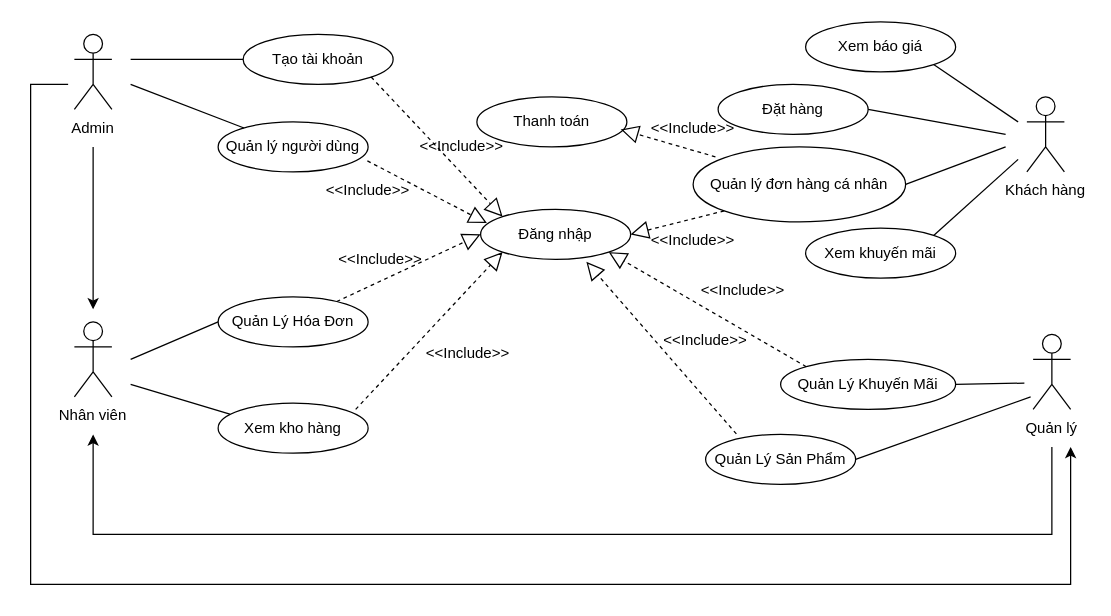
Earlier version of the draw.io diagram Biểu đồ không có tiêu đề.drawio (ChauCongTu/thiet-ke-linh-tinh). Source tidied: cells renumbered, new cells numbered last; positions are measured from the earlier drawing's top-left corner, leaving out a move shared by most shapes. Both pictures are drawn from the tidied source at 125%, with x=0, y=0 at pixel (30, 21).
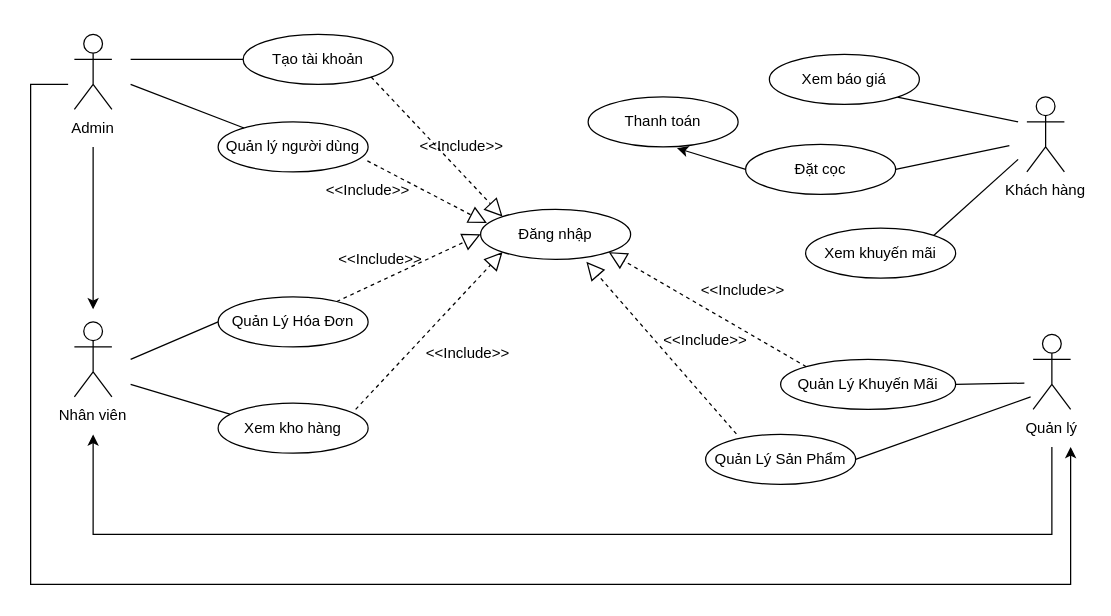
Above is the later version.

Commit message:
Cập nhật Biểu đồ không có tiêu đề.drawio

Unchanged cells that the change refers to:
```xml
<mxCell id="10" value="Đăng nhập" style="ellipse;whiteSpace=wrap;html=1;" parent="1" vertex="1">
  <mxGeometry x="360" y="150" width="120" height="40" as="geometry" />
</mxCell>
```

Change to the diagram source:
```diff
@@
-    <mxCell id="16" value="Quản lý đơn hàng cá nhân" style="ellipse;whiteSpace=wrap;html=1;" parent="1" vertex="1">
-      <mxGeometry x="530" y="100" width="170" height="60" as="geometry" />
-    </mxCell>
@@
-    <mxCell id="18" value="Đặt hàng" style="ellipse;whiteSpace=wrap;html=1;" parent="1" vertex="1">
-      <mxGeometry x="550" y="50" width="120" height="40" as="geometry" />
+    <mxCell id="18" value="Đặt cọc" style="ellipse;whiteSpace=wrap;html=1;" parent="1" vertex="1">
+      <mxGeometry x="572" y="98" width="120" height="40" as="geometry" />
     </mxCell>
@@
     <mxCell id="25" style="endArrow=none;html=1;rounded=0;exitX=1;exitY=0.5;exitDx=0;exitDy=0;" parent="1" edge="1" source="18">
       <mxGeometry relative="1" as="geometry">
-        <mxPoint x="780" y="90" as="targetPoint" />
+        <mxPoint x="783" y="99" as="targetPoint" />
       </mxGeometry>
     </mxCell>
-    <mxCell id="26" style="endArrow=none;html=1;rounded=0;exitX=1;exitY=0.5;exitDx=0;exitDy=0;" parent="1" edge="1" source="16">
-      <mxGeometry relative="1" as="geometry">
-        <mxPoint x="780" y="100" as="targetPoint" />
-      </mxGeometry>
-    </mxCell>
@@
-    <mxCell id="33" value="Thanh toán" style="ellipse;whiteSpace=wrap;html=1;" parent="1" vertex="1">
-      <mxGeometry x="357" y="60" width="120" height="40" as="geometry" />
-    </mxCell>
-    <mxCell id="34" style="endArrow=block;dashed=1;endFill=0;endSize=12;html=1;rounded=0;exitX=0.105;exitY=0.133;exitDx=0;exitDy=0;exitPerimeter=0;" parent="1" edge="1" source="16">
-      <mxGeometry relative="1" as="geometry">
-        <mxPoint x="472" y="86" as="targetPoint" />
-      </mxGeometry>
-    </mxCell>
-    <mxCell id="35" value="&amp;lt;&amp;lt;Include&amp;gt;&amp;gt;" style="text;html=1;strokeColor=none;fillColor=none;align=center;verticalAlign=middle;whiteSpace=wrap;rounded=0;" parent="1" vertex="1">
-      <mxGeometry x="500" y="70" width="60" height="30" as="geometry" />
-    </mxCell>
@@
-    <mxCell id="37" value="&amp;lt;&amp;lt;Include&amp;gt;&amp;gt;" style="text;html=1;strokeColor=none;fillColor=none;align=center;verticalAlign=middle;whiteSpace=wrap;rounded=0;" parent="1" vertex="1">
-      <mxGeometry x="500" y="160" width="60" height="30" as="geometry" />
-    </mxCell>
     <mxCell id="38" value="Xem báo giá" style="ellipse;whiteSpace=wrap;html=1;" parent="1" vertex="1">
-      <mxGeometry x="620" width="120" height="40" as="geometry" />
+      <mxGeometry x="591" y="26" width="120" height="40" as="geometry" />
     </mxCell>
-    <mxCell id="39" style="endArrow=block;dashed=1;endFill=0;endSize=12;html=1;rounded=0;entryX=1;entryY=0.5;entryDx=0;entryDy=0;exitX=0;exitY=1;exitDx=0;exitDy=0;" parent="1" edge="1" source="16" target="10">
-      <mxGeometry relative="1" as="geometry" />
-    </mxCell>
@@
+    <mxCell id="33" value="Thanh toán" style="ellipse;whiteSpace=wrap;html=1;" parent="1" vertex="1">
+      <mxGeometry x="446" y="60" width="120" height="40" as="geometry" />
+    </mxCell>
+    <mxCell id="51" style="endArrow=classic;html=1;rounded=0;exitX=0;exitY=0.5;exitDx=0;exitDy=0;entryX=0.592;entryY=1.025;entryDx=0;entryDy=0;entryPerimeter=0;" parent="1" edge="1" source="18" target="33">
+      <mxGeometry relative="1" as="geometry" />
+    </mxCell>
```
